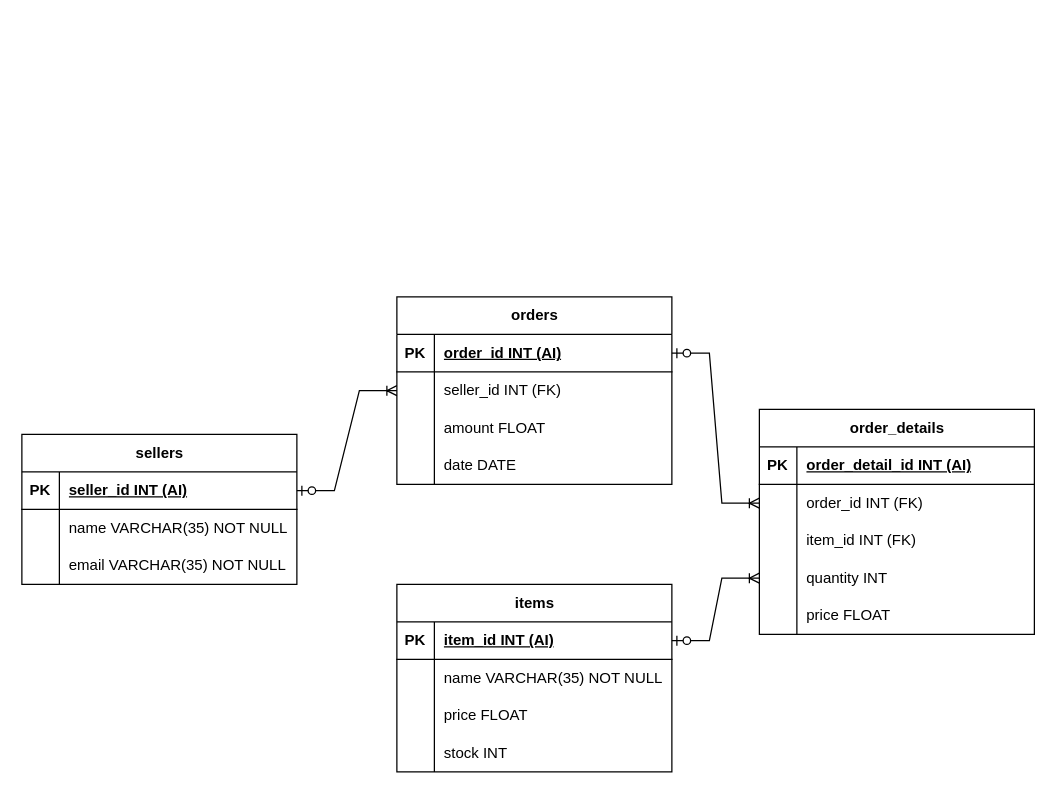
The draw.io diagram SAT.drawio in suryasaputra2016/YourFirstSite, before the edit. Source tidied: cells renumbered, new cells numbered last; positions are measured from the earlier drawing's top-left corner, leaving out a move shared by most shapes. Both pictures are drawn from the tidied source at 125%, with x=0, y=0 at pixel (21, 296).
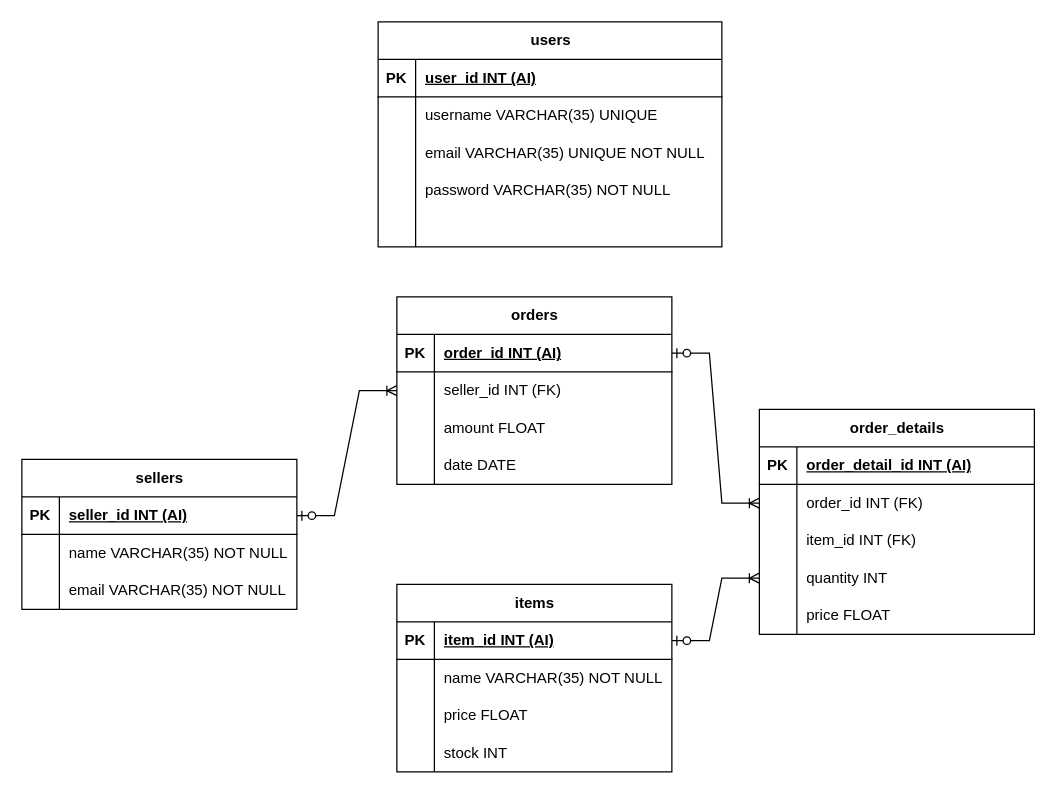
Above is the later version.

The edit, as a diff of the source:
```diff
@@
     <mxCell id="2" value="sellers" style="shape=table;startSize=30;childLayout=tableLayout;rowLines=0;fontStyle=1;align=center;html=1;" parent="1" vertex="1">
-      <mxGeometry y="110" width="220" height="120" as="geometry" />
+      <mxGeometry y="130" width="220" height="120" as="geometry" />
     </mxCell>
@@
+    <mxCell id="57" value="users" style="shape=table;startSize=30;childLayout=tableLayout;rowLines=0;fontStyle=1;align=center;html=1;" parent="1" vertex="1">
+      <mxGeometry x="285" y="-220" width="275" height="180" as="geometry" />
+    </mxCell>
+    <mxCell id="58" style="shape=tableRow;horizontal=0;startSize=0;swimlaneHead=0;swimlaneBody=0;fillColor=none;top=0;left=0;right=0;bottom=1;" parent="57" vertex="1">
+      <mxGeometry y="30" width="275" height="30" as="geometry" />
+    </mxCell>
+    <mxCell id="59" value="PK" style="shape=partialRectangle;fillColor=none;top=0;left=0;bottom=0;right=0;fontStyle=1;overflow=hidden;whiteSpace=wrap;html=1;" parent="58" vertex="1">
+      <mxGeometry width="30" height="30" as="geometry" />
+    </mxCell>
+    <mxCell id="60" value="user_id INT (AI)" style="shape=partialRectangle;fillColor=none;top=0;left=0;bottom=0;right=0;align=left;spacingLeft=6;fontStyle=5;overflow=hidden;whiteSpace=wrap;html=1;" parent="58" vertex="1">
+      <mxGeometry x="30" width="245" height="30" as="geometry" />
+    </mxCell>
+    <mxCell id="61" style="shape=tableRow;horizontal=0;startSize=0;swimlaneHead=0;swimlaneBody=0;fillColor=none;top=0;left=0;right=0;bottom=0;" parent="57" vertex="1">
+      <mxGeometry y="60" width="275" height="30" as="geometry" />
+    </mxCell>
+    <mxCell id="62" style="shape=partialRectangle;fillColor=none;top=0;left=0;bottom=0;right=0;overflow=hidden;whiteSpace=wrap;html=1;" parent="61" vertex="1">
+      <mxGeometry width="30" height="30" as="geometry" />
+    </mxCell>
+    <mxCell id="63" value="username VARCHAR(35) UNIQUE" style="shape=partialRectangle;fillColor=none;top=0;left=0;bottom=0;right=0;align=left;spacingLeft=6;overflow=hidden;whiteSpace=wrap;html=1;" parent="61" vertex="1">
+      <mxGeometry x="30" width="245" height="30" as="geometry" />
+    </mxCell>
+    <mxCell id="64" style="shape=tableRow;horizontal=0;startSize=0;swimlaneHead=0;swimlaneBody=0;fillColor=none;top=0;left=0;right=0;bottom=0;" parent="57" vertex="1">
+      <mxGeometry y="90" width="275" height="30" as="geometry" />
+    </mxCell>
+    <mxCell id="65" style="shape=partialRectangle;fillColor=none;top=0;left=0;bottom=0;right=0;overflow=hidden;whiteSpace=wrap;html=1;" parent="64" vertex="1">
+      <mxGeometry width="30" height="30" as="geometry" />
+    </mxCell>
+    <mxCell id="66" value="email VARCHAR(35) UNIQUE NOT NULL" style="shape=partialRectangle;fillColor=none;top=0;left=0;bottom=0;right=0;align=left;spacingLeft=6;overflow=hidden;whiteSpace=wrap;html=1;" parent="64" vertex="1">
+      <mxGeometry x="30" width="245" height="30" as="geometry" />
+    </mxCell>
+    <mxCell id="67" style="shape=tableRow;horizontal=0;startSize=0;swimlaneHead=0;swimlaneBody=0;fillColor=none;top=0;left=0;right=0;bottom=0;" parent="57" vertex="1">
+      <mxGeometry y="120" width="275" height="30" as="geometry" />
+    </mxCell>
+    <mxCell id="68" style="shape=partialRectangle;fillColor=none;top=0;left=0;bottom=0;right=0;overflow=hidden;whiteSpace=wrap;html=1;" parent="67" vertex="1">
+      <mxGeometry width="30" height="30" as="geometry" />
+    </mxCell>
+    <mxCell id="69" value="password VARCHAR(35) NOT NULL" style="shape=partialRectangle;fillColor=none;top=0;left=0;bottom=0;right=0;align=left;spacingLeft=6;overflow=hidden;whiteSpace=wrap;html=1;" parent="67" vertex="1">
+      <mxGeometry x="30" width="245" height="30" as="geometry" />
+    </mxCell>
+    <mxCell id="70" style="shape=tableRow;horizontal=0;startSize=0;swimlaneHead=0;swimlaneBody=0;fillColor=none;top=0;left=0;right=0;bottom=0;" parent="57" vertex="1">
+      <mxGeometry y="150" width="275" height="30" as="geometry" />
+    </mxCell>
+    <mxCell id="71" style="shape=partialRectangle;fillColor=none;top=0;left=0;bottom=0;right=0;overflow=hidden;whiteSpace=wrap;html=1;" parent="70" vertex="1">
+      <mxGeometry width="30" height="30" as="geometry" />
+    </mxCell>
+    <mxCell id="72" style="shape=partialRectangle;fillColor=none;top=0;left=0;bottom=0;right=0;align=left;spacingLeft=6;overflow=hidden;whiteSpace=wrap;html=1;" parent="70" vertex="1">
+      <mxGeometry x="30" width="245" height="30" as="geometry" />
+    </mxCell>
```
